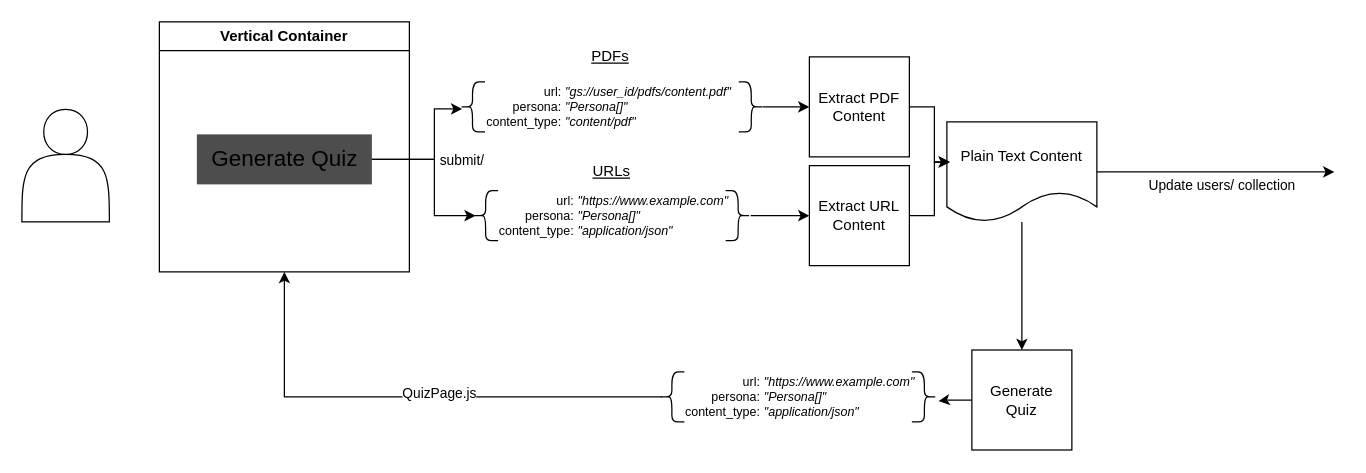
Before: backend/diagrams/read-robin-backend.drawio in et-do/quizbo, a draw.io diagram. Source tidied: cells renumbered, new cells numbered last; positions are measured from the earlier drawing's top-left corner, leaving out a move shared by most shapes. Both pictures are drawn from the tidied source at 125%, with x=0, y=0 at pixel (21, 21).
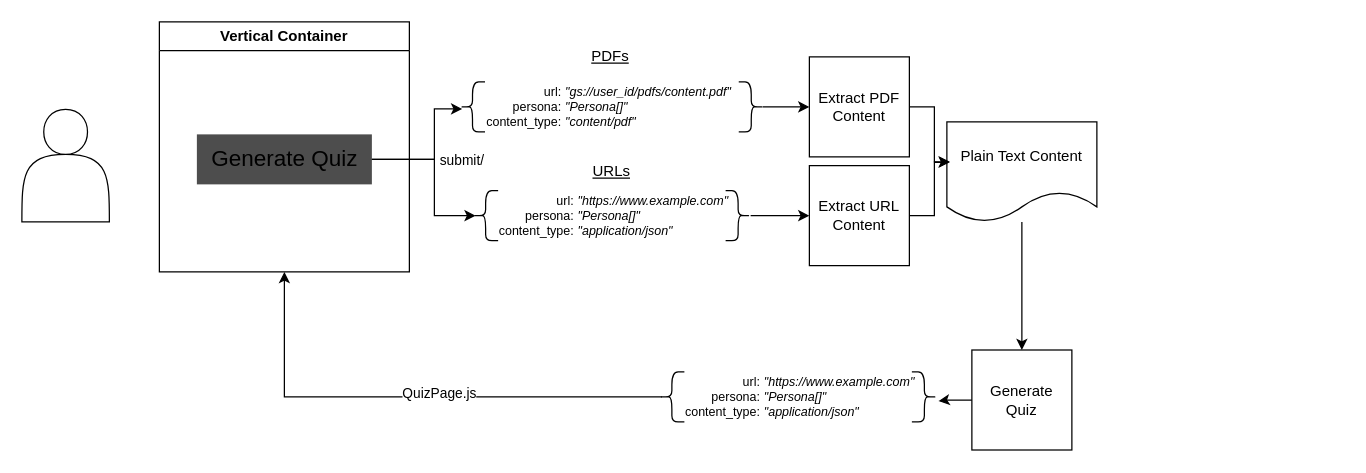
The same page after the edit.

Unchanged cells that the change refers to:
```xml
<mxCell id="25" value="Plain Text Content" style="shape=document;whiteSpace=wrap;html=1;boundedLbl=1;" parent="1" vertex="1">
  <mxGeometry x="740" y="80" width="120" height="80" as="geometry" />
</mxCell>
```

Diff of the diagram source:
```diff
@@
-    <mxCell id="23" style="edgeStyle=orthogonalEdgeStyle;rounded=0;jettySize=auto;html=1;" parent="1" edge="1" source="25">
-      <mxGeometry relative="1" as="geometry">
-        <mxPoint x="1050" y="120" as="targetPoint" />
-      </mxGeometry>
-    </mxCell>
-    <mxCell id="24" value="Update users/ collection" style="edgeLabel;html=1;align=center;verticalAlign=middle;" parent="23" vertex="1">
-      <mxGeometry x="0.19" y="-2" relative="1" as="geometry">
-        <mxPoint x="-13" y="8" as="offset" />
-      </mxGeometry>
-    </mxCell>
```
